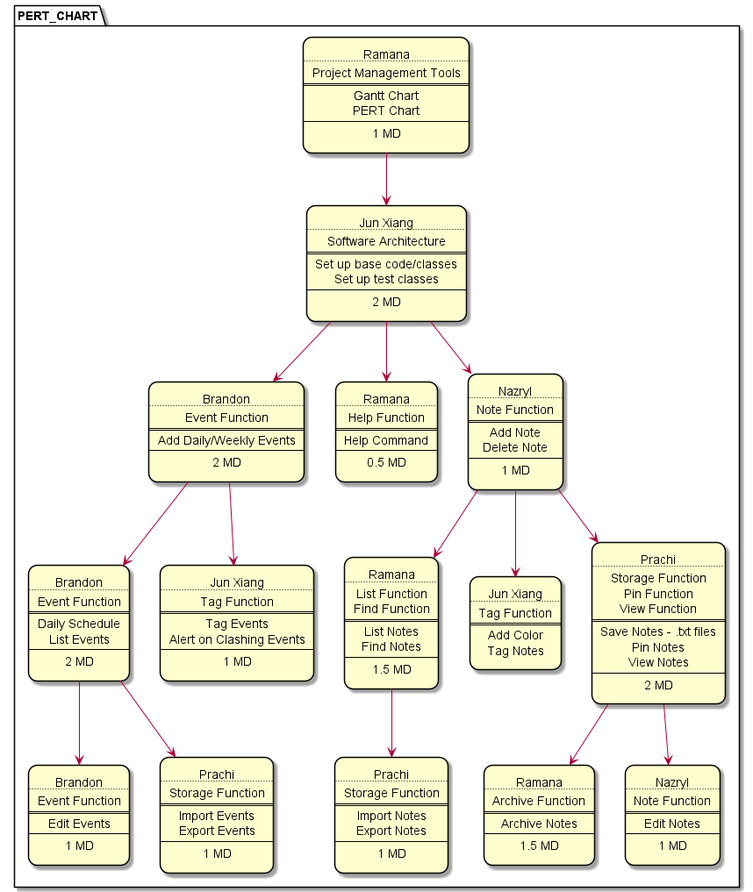
Before: docs/diagrams/out/PERT_Chart.png, a diagram exported from PlantUML (nus-cs2113-AY2021S1/tp). Its diagram source:
```plantuml
@startuml
!include Style.puml
skinparam defaultTextAlignment center
skinparam roundcorner 20

Package PERT_CHART {
    Rectangle Ramana_1 [
        Ramana
        ....
        Project Management Tools
        ====
        Gantt Chart
        PERT Chart
        ---
        1 MD
    ]
    Rectangle JunXiang_1 [
        Jun Xiang
        ....
        Software Architecture
        ====
        Set up base code/classes
        Set up test classes
        ---
        2 MD
    ]
    Rectangle Brandon_1 [
        Brandon
        ....
        Event Function
        ====
        Add Daily/Weekly Events
        ---
        2 MD
    ]
    Rectangle Ramana_2 [
        Ramana
        ....
        Help Function
        ====
        Help Command
        ----
        0.5 MD
    ]
    Rectangle Nazryl_1 [
        Nazryl
        ....
        Note Function
        ====
        Add Note
        Delete Note
        ----
        1 MD
    ]
    Rectangle Brandon_2 [
        Brandon
        ....
        Event Function
        ====
        Daily Schedule
        List Events
        ----
        2 MD
    ]
    Rectangle JunXiang_2 [
        Jun Xiang
        ....
        Tag Function
        ====
        Tag Events
        Alert on Clashing Events
        ----
        1 MD
    ]
    Rectangle Ramana_3 [
        Ramana
        ....
        List Function
        Find Function
        ====
        List Notes
        Find Notes
        ----
        1.5 MD
    ]
    Rectangle JunXiang_3 [
        Jun Xiang
        ....
        Tag Function
        ====
        Add Color
        Tag Notes
    ]
    Rectangle Prachi_1 [
        Prachi
        ....
        Storage Function
        Pin Function
        View Function
        ====
        Save Notes - .txt files
        Pin Notes
        View Notes
        ----
        2 MD
    ]
    Rectangle Brandon_3 [
        Brandon
        ....
        Event Function
        ====
        Edit Events
        ----
        1 MD
    ]
    Rectangle Prachi_2 [
        Prachi
        ....
        Storage Function
        ====
        Import Events
        Export Events
        ----
        1 MD
    ]
    Rectangle Prachi_3 [
        Prachi
        ....
        Storage Function
        ====
        Import Notes
        Export Notes
        ----
        1 MD
    ]
    Rectangle Ramana_4 [
        Ramana
        ....
        Archive Function
        ====
        Archive Notes
        ----
        1.5 MD
    ]
    Rectangle Nazryl_2 [
        Nazryl
        ....
        Note Function
        ====
        Edit Notes
        ----
        1 MD
    ]
}

Ramana_1 --> JunXiang_1

JunXiang_1 --> Brandon_1
JunXiang_1 --> Ramana_2
JunXiang_1 --> Nazryl_1

Brandon_1 --> Brandon_2
Brandon_1 --> JunXiang_2

Nazryl_1 --> Ramana_3
Nazryl_1 --> JunXiang_3
Nazryl_1 --> Prachi_1

Brandon_2 --> Brandon_3
Brandon_2 --> Prachi_2

Ramana_3 --> Prachi_3

Prachi_1 --> Ramana_4
Prachi_1 --> Nazryl_2

@enduml
```
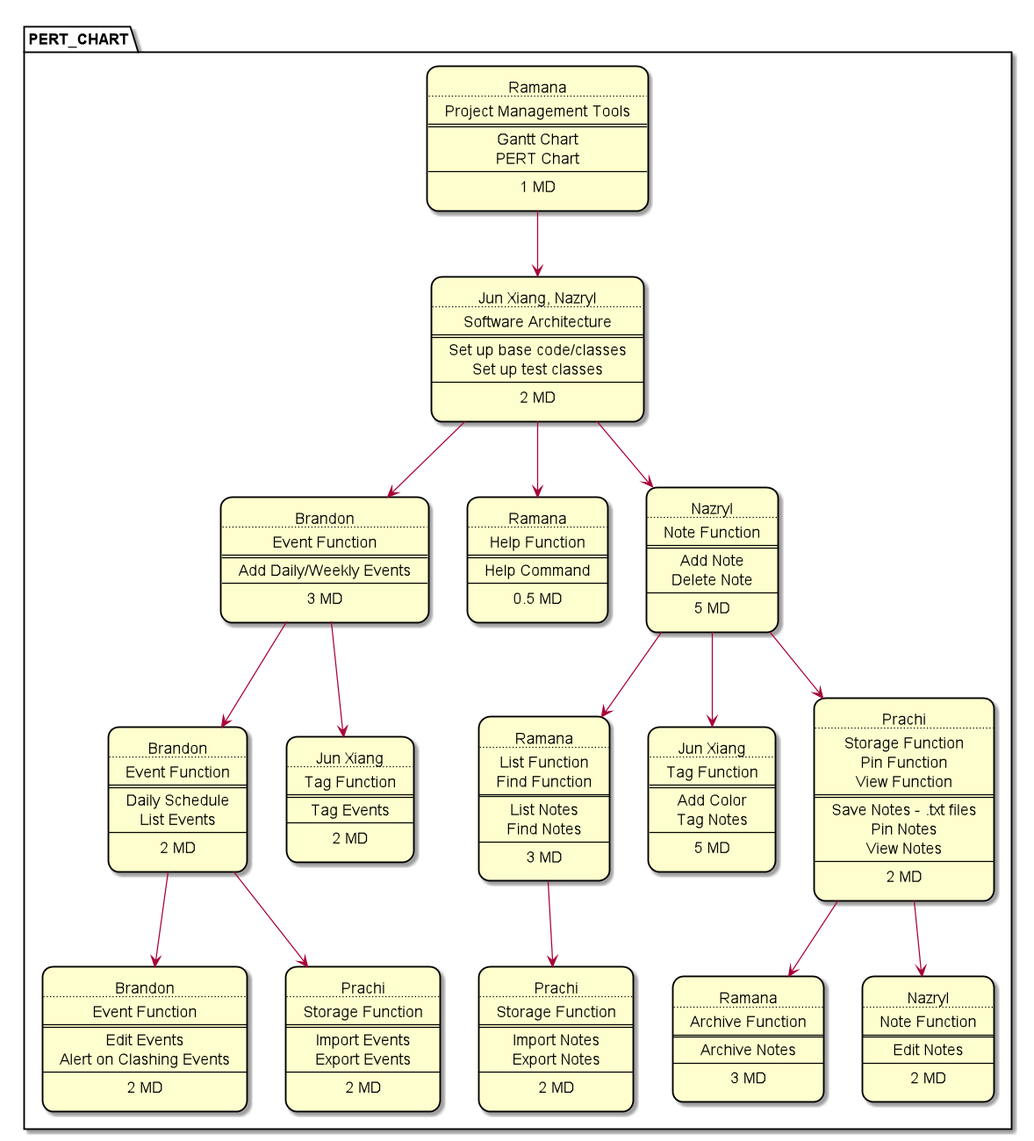
The same diagram one commit later.

What changed in the source:
```diff
@@ -1,5 +1,6 @@
 @startuml
-!include Style.puml
+
+
 skinparam defaultTextAlignment center
 skinparam roundcorner 20
 
@@ -15,7 +16,7 @@
         1 MD
     ]
     Rectangle JunXiang_1 [
-        Jun Xiang
+        Jun Xiang, Nazryl
         ....
         Software Architecture
         ====
@@ -31,7 +32,7 @@
         ====
         Add Daily/Weekly Events
         ---
-        2 MD
+        3 MD
     ]
     Rectangle Ramana_2 [
         Ramana
@@ -50,7 +51,7 @@
         Add Note
         Delete Note
         ----
-        1 MD
+        5 MD
     ]
     Rectangle Brandon_2 [
         Brandon
@@ -68,9 +69,8 @@
         Tag Function
         ====
         Tag Events
-        Alert on Clashing Events
         ----
-        1 MD
+        2 MD
     ]
     Rectangle Ramana_3 [
         Ramana
@@ -81,7 +81,7 @@
         List Notes
         Find Notes
         ----
-        1.5 MD
+        3 MD
     ]
     Rectangle JunXiang_3 [
         Jun Xiang
@@ -90,6 +90,8 @@
         ====
         Add Color
         Tag Notes
+        ----
+        5 MD
     ]
     Rectangle Prachi_1 [
         Prachi
@@ -110,8 +112,9 @@
         Event Function
         ====
         Edit Events
+        Alert on Clashing Events
         ----
-        1 MD
+        2 MD
     ]
     Rectangle Prachi_2 [
         Prachi
@@ -121,7 +124,7 @@
         Import Events
         Export Events
         ----
-        1 MD
+        2 MD
     ]
     Rectangle Prachi_3 [
         Prachi
@@ -131,7 +134,7 @@
         Import Notes
         Export Notes
         ----
-        1 MD
+        2 MD
     ]
     Rectangle Ramana_4 [
         Ramana
@@ -140,7 +143,7 @@
         ====
         Archive Notes
         ----
-        1.5 MD
+        3 MD
     ]
     Rectangle Nazryl_2 [
         Nazryl
@@ -149,7 +152,7 @@
         ====
         Edit Notes
         ----
-        1 MD
+        2 MD
     ]
 }
 
```
